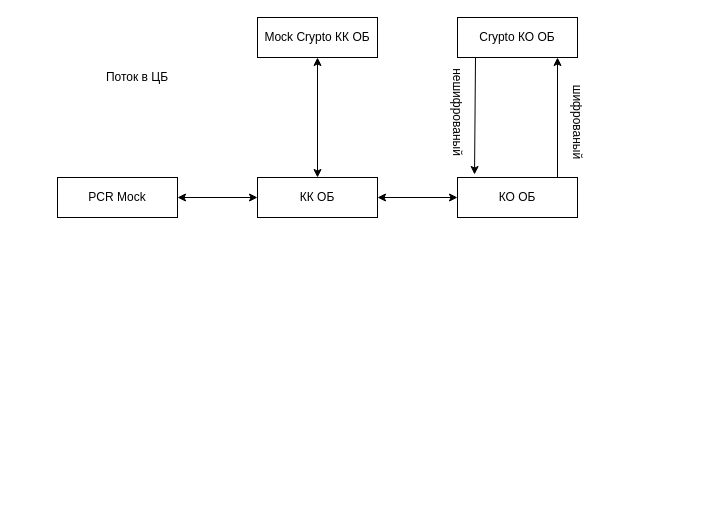
The draw.io diagram SVIP2.drawio in maxiko/ARC-016, before the edit. Source tidied: cells renumbered, new cells numbered last; positions are measured from the earlier drawing's top-left corner, leaving out a move shared by most shapes. Both pictures are drawn from the tidied source at 100%, with x=0, y=0 at pixel (57, 17).
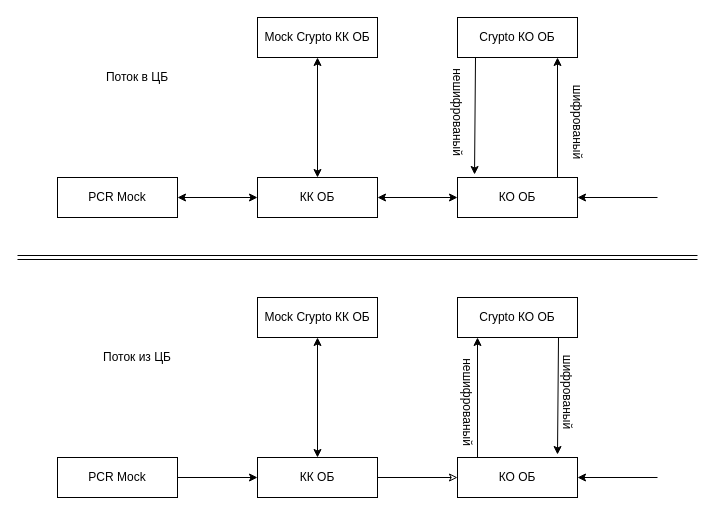
The same diagram, later.

Unchanged cells that the change refers to:
```xml
<mxCell id="8" value="КО&lt;span style=&quot;background-color: transparent; color: light-dark(rgb(0, 0, 0), rgb(255, 255, 255));&quot;&gt;&amp;nbsp;ОБ&lt;/span&gt;" style="rounded=0;whiteSpace=wrap;html=1;" parent="1" vertex="1">
  <mxGeometry x="400" y="160" width="120" height="40" as="geometry" />
</mxCell>
```

What changed in the source:
```diff
@@
+    <mxCell id="15" value="КК&lt;span style=&quot;background-color: transparent; color: light-dark(rgb(0, 0, 0), rgb(255, 255, 255));&quot;&gt;&amp;nbsp;ОБ&lt;/span&gt;" style="rounded=0;whiteSpace=wrap;html=1;" parent="1" vertex="1">
+      <mxGeometry x="200" y="440" width="120" height="40" as="geometry" />
+    </mxCell>
+    <mxCell id="16" value="Mock Crypto КК&lt;span style=&quot;background-color: transparent; color: light-dark(rgb(0, 0, 0), rgb(255, 255, 255));&quot;&gt;&amp;nbsp;ОБ&lt;/span&gt;" style="rounded=0;whiteSpace=wrap;html=1;" parent="1" vertex="1">
+      <mxGeometry x="200" y="280" width="120" height="40" as="geometry" />
+    </mxCell>
+    <mxCell id="17" value="PCR Mock" style="rounded=0;whiteSpace=wrap;html=1;" parent="1" vertex="1">
+      <mxGeometry y="440" width="120" height="40" as="geometry" />
+    </mxCell>
+    <mxCell id="18" style="endArrow=classic;startArrow=none;html=1;rounded=0;entryX=0;entryY=0.5;entryDx=0;entryDy=0;exitX=1;exitY=0.5;exitDx=0;exitDy=0;startFill=0;endFill=1;" parent="1" edge="1" source="17" target="15">
+      <mxGeometry relative="1" as="geometry" />
+    </mxCell>
+    <mxCell id="19" style="endArrow=none;html=1;rounded=0;entryX=1;entryY=0.5;entryDx=0;entryDy=0;startArrow=classic;startFill=0;endFill=1;" parent="1" edge="1" target="15">
+      <mxGeometry relative="1" as="geometry">
+        <mxPoint x="400" y="460" as="sourcePoint" />
+      </mxGeometry>
+    </mxCell>
+    <mxCell id="20" style="endArrow=classic;startArrow=classic;html=1;rounded=0;entryX=0.5;entryY=1;entryDx=0;entryDy=0;exitX=0.5;exitY=0;exitDx=0;exitDy=0;" parent="1" edge="1" source="15" target="16">
+      <mxGeometry relative="1" as="geometry" />
+    </mxCell>
+    <mxCell id="21" value="КО&lt;span style=&quot;background-color: transparent; color: light-dark(rgb(0, 0, 0), rgb(255, 255, 255));&quot;&gt;&amp;nbsp;ОБ&lt;/span&gt;" style="rounded=0;whiteSpace=wrap;html=1;" parent="1" vertex="1">
+      <mxGeometry x="400" y="440" width="120" height="40" as="geometry" />
+    </mxCell>
+    <mxCell id="22" value="Crypto КО&lt;span style=&quot;background-color: transparent; color: light-dark(rgb(0, 0, 0), rgb(255, 255, 255));&quot;&gt;&amp;nbsp;ОБ&lt;/span&gt;" style="rounded=0;whiteSpace=wrap;html=1;" parent="1" vertex="1">
+      <mxGeometry x="400" y="280" width="120" height="40" as="geometry" />
+    </mxCell>
+    <mxCell id="23" style="endArrow=classic;startArrow=none;html=1;rounded=0;entryX=0.5;entryY=1;entryDx=0;entryDy=0;exitX=0.5;exitY=0;exitDx=0;exitDy=0;startFill=0;endFill=1;" parent="1" edge="1">
+      <mxGeometry relative="1" as="geometry">
+        <mxPoint x="420" y="440" as="sourcePoint" />
+        <mxPoint x="420" y="320" as="targetPoint" />
+      </mxGeometry>
+    </mxCell>
+    <mxCell id="24" value="Поток из ЦБ" style="text;html=1;align=center;verticalAlign=middle;whiteSpace=wrap;rounded=0;" parent="1" vertex="1">
+      <mxGeometry y="320" width="160" height="40" as="geometry" />
+    </mxCell>
+    <mxCell id="25" value="шифрованый" style="text;html=1;align=center;verticalAlign=middle;whiteSpace=wrap;rounded=0;rotation=90;" parent="1" vertex="1">
+      <mxGeometry x="460" y="360" width="100" height="30" as="geometry" />
+    </mxCell>
+    <mxCell id="26" style="endArrow=classic;html=1;rounded=0;entryX=0.142;entryY=-0.075;entryDx=0;entryDy=0;entryPerimeter=0;exitX=0.15;exitY=1;exitDx=0;exitDy=0;exitPerimeter=0;" parent="1" edge="1">
+      <mxGeometry relative="1" as="geometry">
+        <mxPoint x="501" y="320" as="sourcePoint" />
+        <mxPoint x="500" y="437" as="targetPoint" />
+      </mxGeometry>
+    </mxCell>
+    <mxCell id="27" value="нешифрованый" style="text;html=1;align=center;verticalAlign=middle;whiteSpace=wrap;rounded=0;rotation=90;" parent="1" vertex="1">
+      <mxGeometry x="360" y="370" width="100" height="30" as="geometry" />
+    </mxCell>
+    <mxCell id="28" style="shape=link;html=1;rounded=0;" parent="1" edge="1">
+      <mxGeometry relative="1" as="geometry">
+        <mxPoint x="-40" y="240" as="sourcePoint" />
+        <mxPoint x="640" y="240" as="targetPoint" />
+      </mxGeometry>
+    </mxCell>
+    <mxCell id="29" style="endArrow=classic;html=1;rounded=0;entryX=1;entryY=0.5;entryDx=0;entryDy=0;" parent="1" edge="1" target="8">
+      <mxGeometry relative="1" as="geometry">
+        <mxPoint x="600" y="180" as="sourcePoint" />
+      </mxGeometry>
+    </mxCell>
+    <mxCell id="30" style="endArrow=classic;html=1;rounded=0;entryX=1;entryY=0.5;entryDx=0;entryDy=0;" parent="1" edge="1" target="21">
+      <mxGeometry relative="1" as="geometry">
+        <mxPoint x="600" y="460" as="sourcePoint" />
+      </mxGeometry>
+    </mxCell>
```
